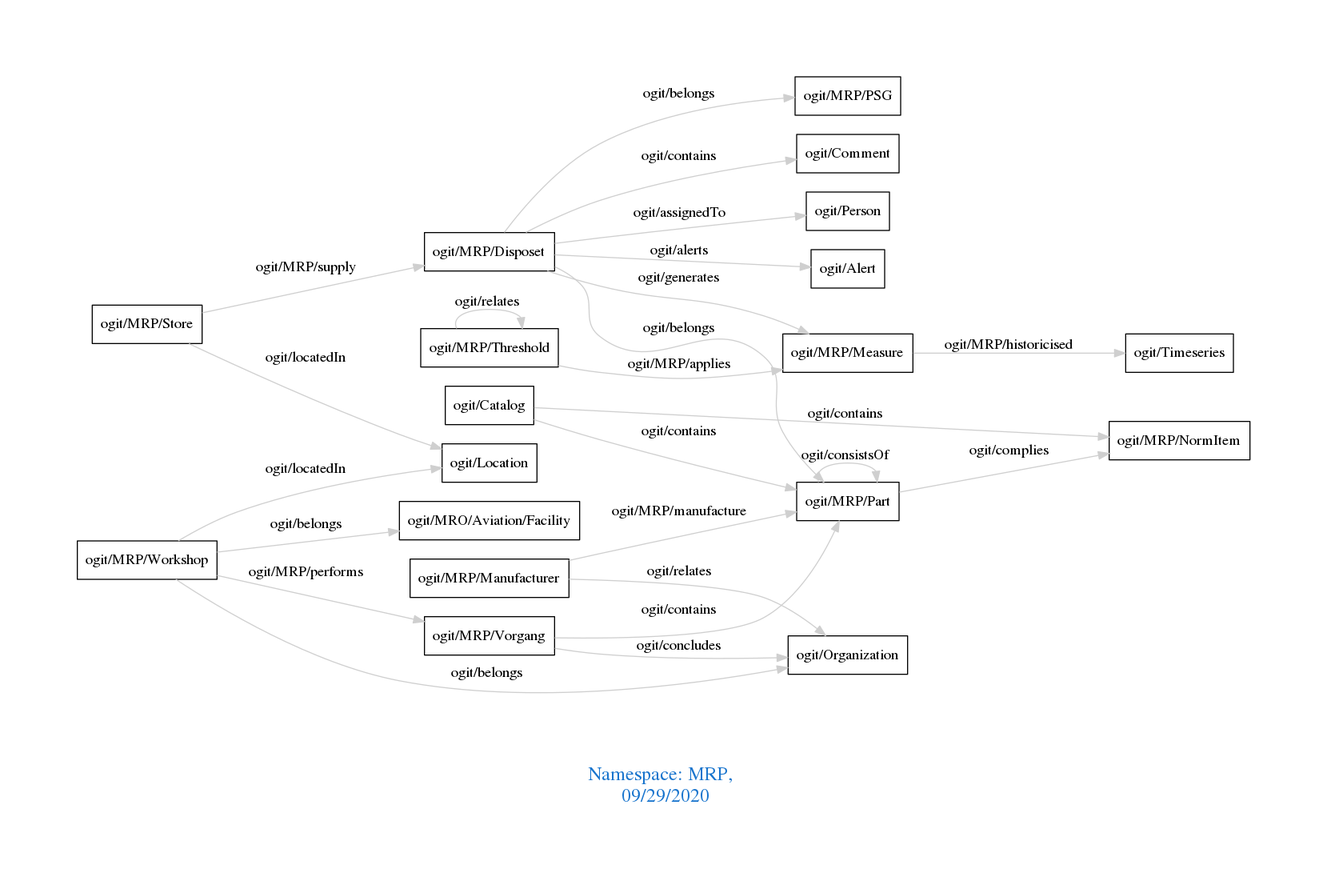
This is downloads/MRP.png from arago/OGIT, a Graphviz export, as it was before one commit. Its source is kept beside it as downloads/MRP.dot.
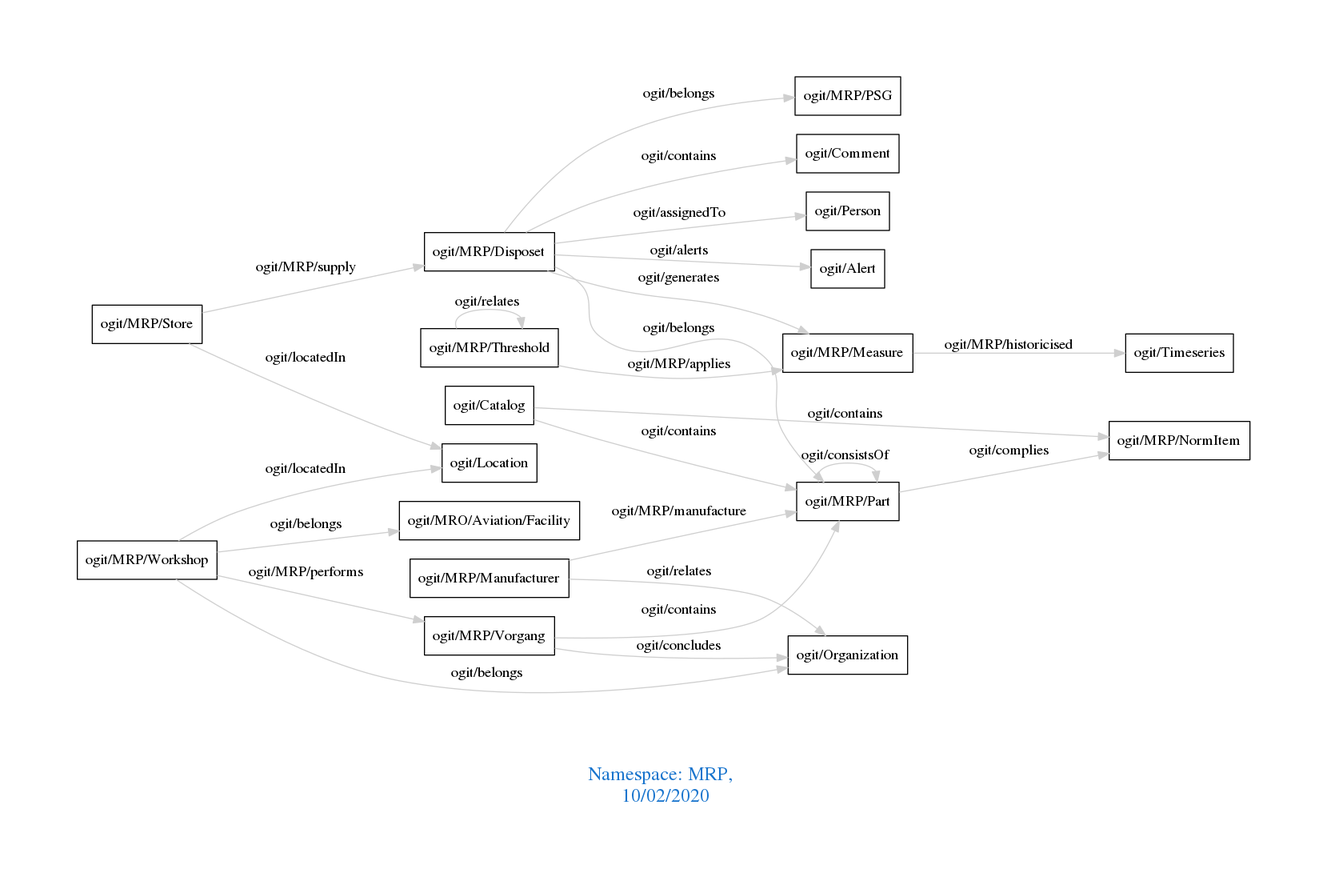
After the change.

Diff of the diagram source:
```diff
@@ -1,7 +1,7 @@
 digraph OGIT_ontology {
  graph [ rankdir= LR,pad=1
 fontsize = 18,
-fontcolor= dodgerblue3,label = "\n\n\nNamespace: MRP, \n 09/29/2020"];
+fontcolor= dodgerblue3,label = "\n\n\nNamespace: MRP, \n 10/02/2020"];
 node[shape=polygon];
 edge [  color="gray81"];
 
```
